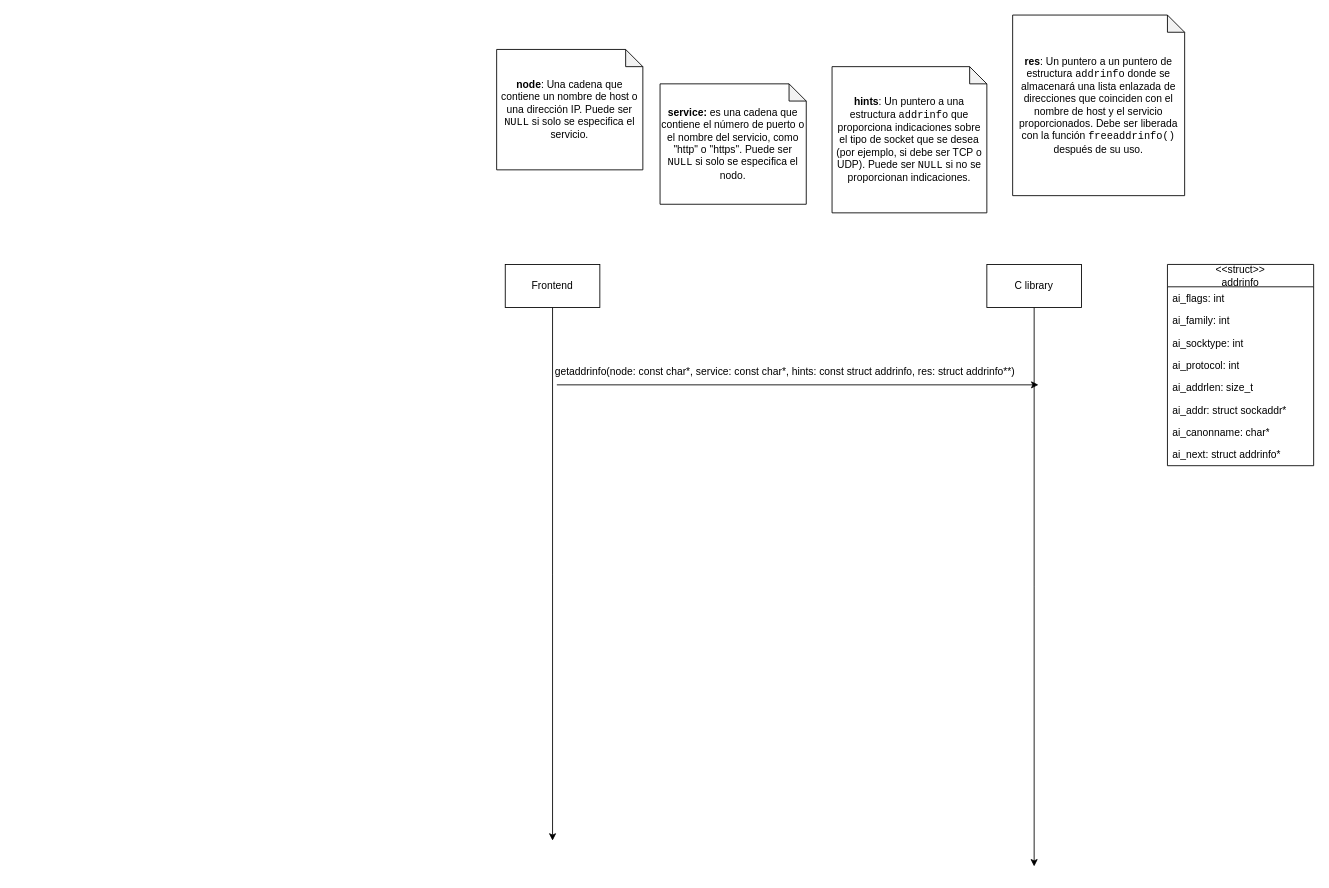
The draw.io diagram Untitled Diagram.drawio in enma11235/c_stuff, before the edit. Source tidied: cells renumbered, new cells numbered last; positions are measured from the earlier drawing's top-left corner, leaving out a move shared by most shapes. Both pictures are drawn from the tidied source at 86%, with x=0, y=0 at pixel (496, 15).
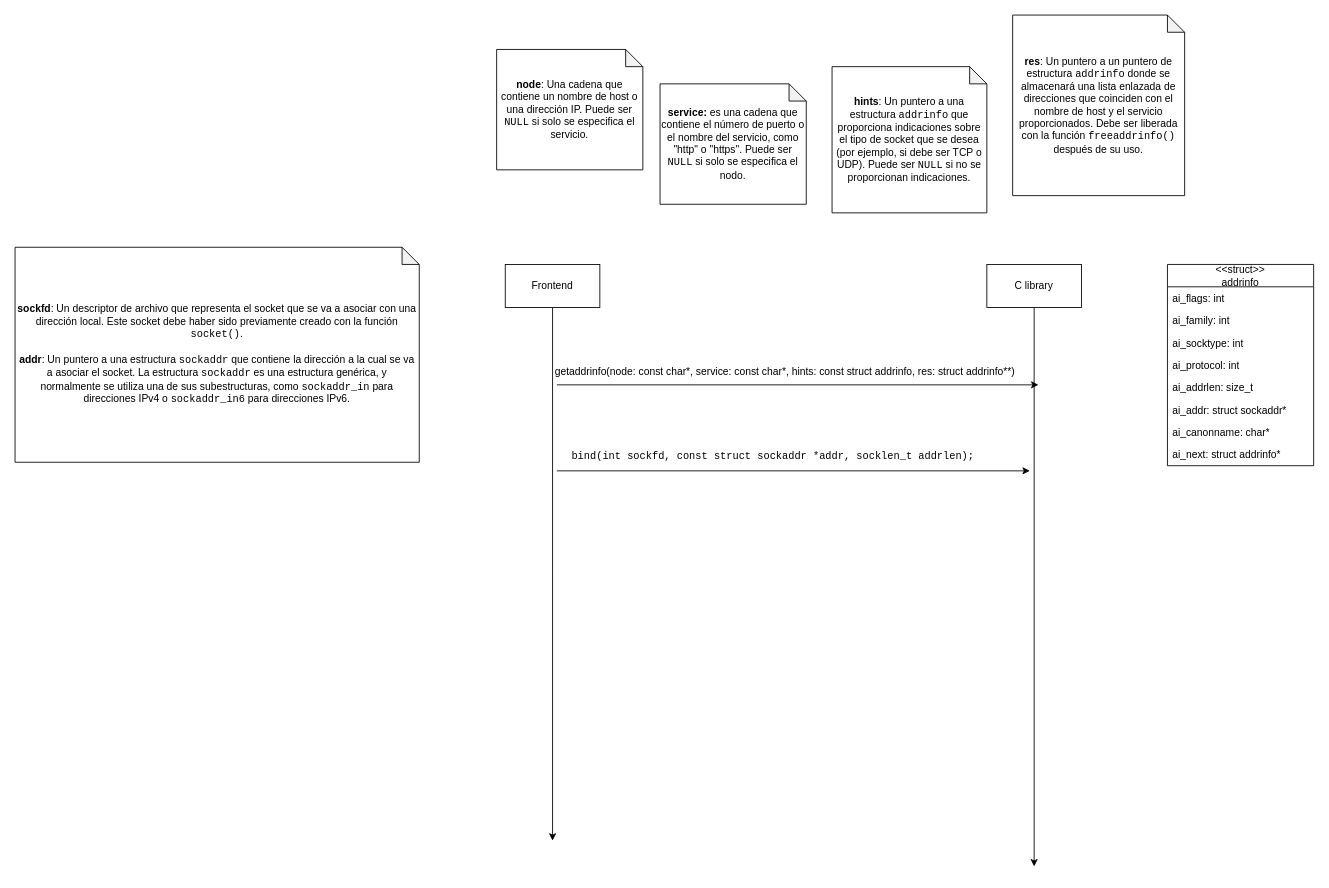
The same page after the edit.

The edit, as a diff of the source:
```diff
@@
+    <mxCell id="21" style="endArrow=classic;html=1;rounded=0;" parent="1" edge="1">
+      <mxGeometry relative="1" as="geometry">
+        <mxPoint x="70" y="530" as="sourcePoint" />
+        <mxPoint x="620" y="530" as="targetPoint" />
+      </mxGeometry>
+    </mxCell>
+    <mxCell id="22" value="&lt;code class=&quot;!whitespace-pre hljs language-c&quot;&gt;&lt;span class=&quot;hljs-title function_&quot;&gt;bind&lt;/span&gt;&lt;span class=&quot;hljs-params&quot;&gt;(&lt;span class=&quot;hljs-type&quot;&gt;int&lt;/span&gt; sockfd, &lt;span class=&quot;hljs-type&quot;&gt;const&lt;/span&gt; &lt;span class=&quot;hljs-keyword&quot;&gt;struct&lt;/span&gt; sockaddr *addr, &lt;span class=&quot;hljs-type&quot;&gt;socklen_t&lt;/span&gt; addrlen)&lt;/span&gt;;&lt;/code&gt;" style="text;html=1;align=center;verticalAlign=middle;strokeColor=none;fillColor=none;" parent="1" vertex="1">
+      <mxGeometry x="76" y="498" width="490" height="30" as="geometry" />
+    </mxCell>
+    <mxCell id="23" value="&lt;div&gt;&lt;strong&gt;sockfd&lt;/strong&gt;: Un descriptor de archivo que representa el socket que se va a asociar con una dirección local. Este socket debe haber sido previamente creado con la función &lt;code&gt;socket()&lt;/code&gt;.&lt;/div&gt;&lt;div&gt;&lt;br&gt;&lt;/div&gt;&lt;div&gt;&lt;strong&gt;addr&lt;/strong&gt;: Un puntero a una estructura &lt;code&gt;sockaddr&lt;/code&gt; que contiene la dirección a la cual se va a asociar el socket. La estructura &lt;code&gt;sockaddr&lt;/code&gt; es una estructura genérica, y normalmente se utiliza una de sus subestructuras, como &lt;code&gt;sockaddr_in&lt;/code&gt; para direcciones IPv4 o &lt;code&gt;sockaddr_in6&lt;/code&gt; para direcciones IPv6.&lt;/div&gt;" style="shape=note;whiteSpace=wrap;html=1;backgroundOutline=1;darkOpacity=0.05;size=20;" parent="1" vertex="1">
+      <mxGeometry x="-560" y="270" width="470" height="250" as="geometry" />
+    </mxCell>
```
